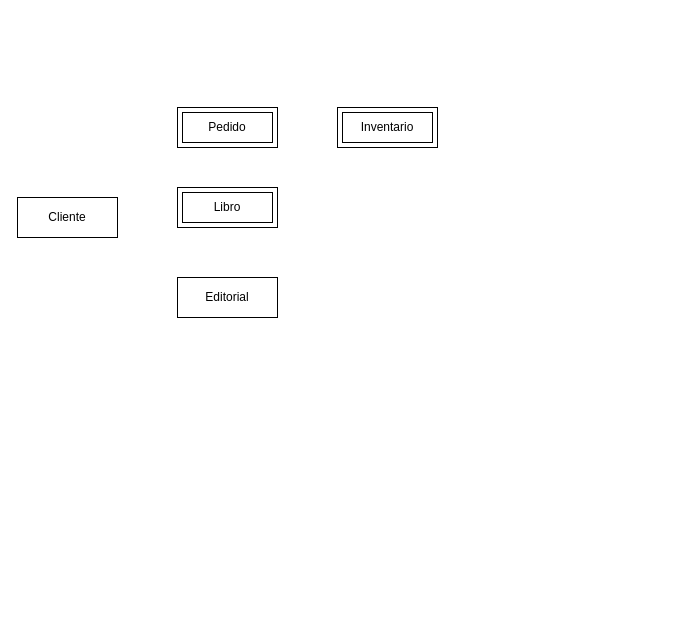
lucaperez123/CursoAlura keeps this draw.io diagram as Manejo de bases de datos.drawio. Above is the earlier version. Source tidied: cells renumbered, new cells numbered last; positions are measured from the earlier drawing's top-left corner, leaving out a move shared by most shapes. Both pictures are drawn from the tidied source at 100%, with x=0, y=0 at pixel (17, 107).
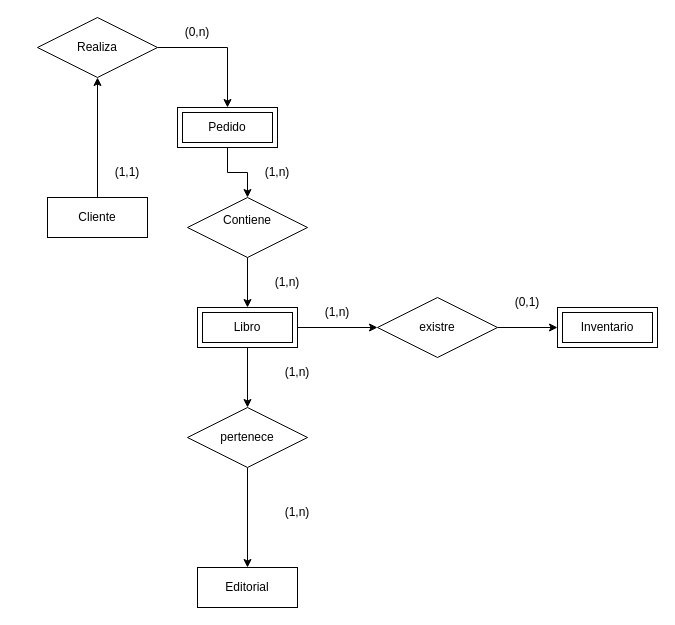
Above is the later version.

Commit message:
realizamos las relaciones y cardinalidades

Unchanged cells that the change refers to:
```xml
<mxCell id="3" value="Pedido" style="shape=ext;margin=3;double=1;whiteSpace=wrap;html=1;align=center;" parent="1" vertex="1">
  <mxGeometry x="160" width="100" height="40" as="geometry" />
</mxCell>
```

Change to the diagram source:
```diff
@@
+    <mxCell id="7" style="edgeStyle=orthogonalEdgeStyle;rounded=0;jettySize=auto;html=1;exitX=0.5;exitY=0;exitDx=0;exitDy=0;entryX=0.5;entryY=1;entryDx=0;entryDy=0;" parent="1" edge="1" source="2" target="12">
+      <mxGeometry relative="1" as="geometry" />
+    </mxCell>
     <mxCell id="2" value="Cliente" style="whiteSpace=wrap;html=1;align=center;" parent="1" vertex="1">
-      <mxGeometry y="90" width="100" height="40" as="geometry" />
+      <mxGeometry x="30" y="90" width="100" height="40" as="geometry" />
     </mxCell>
+    <mxCell id="8" style="edgeStyle=orthogonalEdgeStyle;rounded=0;jettySize=auto;html=1;exitX=0.5;exitY=1;exitDx=0;exitDy=0;entryX=0.5;entryY=0;entryDx=0;entryDy=0;" parent="1" edge="1" source="3" target="16">
+      <mxGeometry relative="1" as="geometry" />
+    </mxCell>
@@
     <mxCell id="4" value="Editorial" style="whiteSpace=wrap;html=1;align=center;" parent="1" vertex="1">
-      <mxGeometry x="160" y="170" width="100" height="40" as="geometry" />
+      <mxGeometry x="180" y="460" width="100" height="40" as="geometry" />
     </mxCell>
+    <mxCell id="9" style="edgeStyle=orthogonalEdgeStyle;rounded=0;jettySize=auto;html=1;exitX=0.5;exitY=1;exitDx=0;exitDy=0;entryX=0.5;entryY=0;entryDx=0;entryDy=0;" parent="1" edge="1" source="5" target="20">
+      <mxGeometry relative="1" as="geometry" />
+    </mxCell>
+    <mxCell id="10" style="edgeStyle=orthogonalEdgeStyle;rounded=0;jettySize=auto;html=1;exitX=1;exitY=0.5;exitDx=0;exitDy=0;entryX=0;entryY=0.5;entryDx=0;entryDy=0;" parent="1" edge="1" source="5" target="24">
+      <mxGeometry relative="1" as="geometry" />
+    </mxCell>
     <mxCell id="5" value="Libro" style="shape=ext;margin=3;double=1;whiteSpace=wrap;html=1;align=center;" parent="1" vertex="1">
-      <mxGeometry x="160" y="80" width="100" height="40" as="geometry" />
+      <mxGeometry x="180" y="200" width="100" height="40" as="geometry" />
     </mxCell>
     <mxCell id="6" value="Inventario" style="shape=ext;margin=3;double=1;whiteSpace=wrap;html=1;align=center;" parent="1" vertex="1">
-      <mxGeometry x="320" width="100" height="40" as="geometry" />
+      <mxGeometry x="540" y="200" width="100" height="40" as="geometry" />
     </mxCell>
+    <mxCell id="11" style="edgeStyle=orthogonalEdgeStyle;rounded=0;jettySize=auto;html=1;exitX=1;exitY=0.5;exitDx=0;exitDy=0;entryX=0.5;entryY=0;entryDx=0;entryDy=0;" parent="1" edge="1" source="12" target="3">
+      <mxGeometry relative="1" as="geometry" />
+    </mxCell>
+    <mxCell id="12" value="Realiza" style="shape=rhombus;perimeter=rhombusPerimeter;whiteSpace=wrap;html=1;align=center;" parent="1" vertex="1">
+      <mxGeometry x="20" y="-90" width="120" height="60" as="geometry" />
+    </mxCell>
+    <mxCell id="13" value="(1,1)" style="text;html=1;align=center;verticalAlign=middle;whiteSpace=wrap;rounded=0;" parent="1" vertex="1">
+      <mxGeometry x="80" y="50" width="60" height="30" as="geometry" />
+    </mxCell>
+    <mxCell id="14" value="(0,n)" style="text;html=1;align=center;verticalAlign=middle;whiteSpace=wrap;rounded=0;" parent="1" vertex="1">
+      <mxGeometry x="150" y="-90" width="60" height="30" as="geometry" />
+    </mxCell>
+    <mxCell id="15" style="edgeStyle=orthogonalEdgeStyle;rounded=0;jettySize=auto;html=1;exitX=0.5;exitY=1;exitDx=0;exitDy=0;entryX=0.5;entryY=0;entryDx=0;entryDy=0;" parent="1" edge="1" source="16" target="5">
+      <mxGeometry relative="1" as="geometry" />
+    </mxCell>
+    <mxCell id="16" value="Contiene&lt;div&gt;&lt;br&gt;&lt;/div&gt;" style="shape=rhombus;perimeter=rhombusPerimeter;whiteSpace=wrap;html=1;align=center;" parent="1" vertex="1">
+      <mxGeometry x="170" y="90" width="120" height="60" as="geometry" />
+    </mxCell>
+    <mxCell id="17" value="(1,n)" style="text;html=1;align=center;verticalAlign=middle;whiteSpace=wrap;rounded=0;" parent="1" vertex="1">
+      <mxGeometry x="230" y="50" width="60" height="30" as="geometry" />
+    </mxCell>
+    <mxCell id="18" value="(1,n)" style="text;html=1;align=center;verticalAlign=middle;whiteSpace=wrap;rounded=0;" parent="1" vertex="1">
+      <mxGeometry x="240" y="160" width="60" height="30" as="geometry" />
+    </mxCell>
+    <mxCell id="19" style="edgeStyle=orthogonalEdgeStyle;rounded=0;jettySize=auto;html=1;exitX=0.5;exitY=1;exitDx=0;exitDy=0;entryX=0.5;entryY=0;entryDx=0;entryDy=0;" parent="1" edge="1" source="20" target="4">
+      <mxGeometry relative="1" as="geometry" />
+    </mxCell>
+    <mxCell id="20" value="pertenece" style="shape=rhombus;perimeter=rhombusPerimeter;whiteSpace=wrap;html=1;align=center;" parent="1" vertex="1">
+      <mxGeometry x="170" y="300" width="120" height="60" as="geometry" />
+    </mxCell>
+    <mxCell id="21" value="(1,n)" style="text;html=1;align=center;verticalAlign=middle;whiteSpace=wrap;rounded=0;" parent="1" vertex="1">
+      <mxGeometry x="250" y="250" width="60" height="30" as="geometry" />
+    </mxCell>
+    <mxCell id="22" value="(1,n)" style="text;html=1;align=center;verticalAlign=middle;whiteSpace=wrap;rounded=0;" parent="1" vertex="1">
+      <mxGeometry x="250" y="390" width="60" height="30" as="geometry" />
+    </mxCell>
+    <mxCell id="23" style="edgeStyle=orthogonalEdgeStyle;rounded=0;jettySize=auto;html=1;exitX=1;exitY=0.5;exitDx=0;exitDy=0;entryX=0;entryY=0.5;entryDx=0;entryDy=0;" parent="1" edge="1" source="24" target="6">
+      <mxGeometry relative="1" as="geometry" />
+    </mxCell>
+    <mxCell id="24" value="existre" style="shape=rhombus;perimeter=rhombusPerimeter;whiteSpace=wrap;html=1;align=center;" parent="1" vertex="1">
+      <mxGeometry x="360" y="190" width="120" height="60" as="geometry" />
+    </mxCell>
+    <mxCell id="25" value="(1,n)" style="text;html=1;align=center;verticalAlign=middle;whiteSpace=wrap;rounded=0;" parent="1" vertex="1">
+      <mxGeometry x="290" y="190" width="60" height="30" as="geometry" />
+    </mxCell>
+    <mxCell id="26" value="(0,1)" style="text;html=1;align=center;verticalAlign=middle;whiteSpace=wrap;rounded=0;" parent="1" vertex="1">
+      <mxGeometry x="480" y="180" width="60" height="30" as="geometry" />
+    </mxCell>
```
